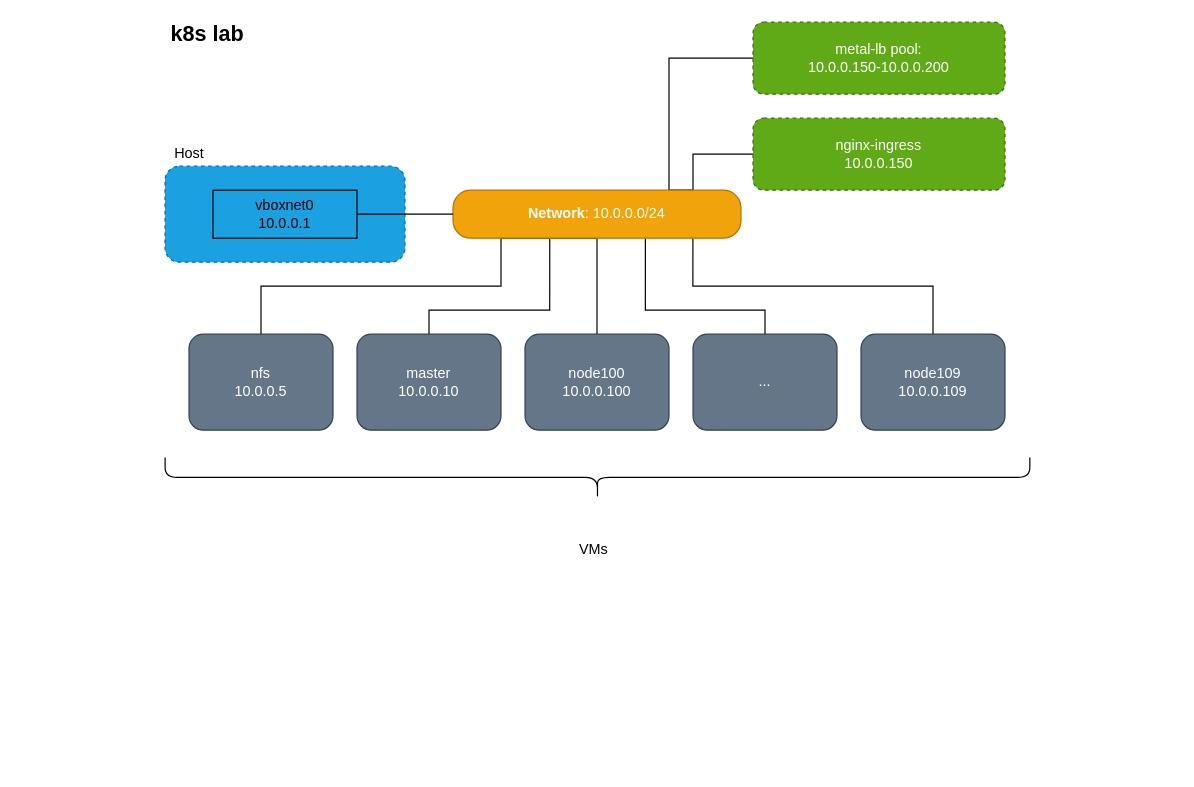
Earlier version of the draw.io diagram scheme/localk8s.drawio (fl64/localk8s). Source tidied: cells renumbered, new cells numbered last; positions are measured from the earlier drawing's top-left corner, leaving out a move shared by most shapes. Both pictures are drawn from the tidied source at 120%, with x=0, y=0 at pixel (158, 22).
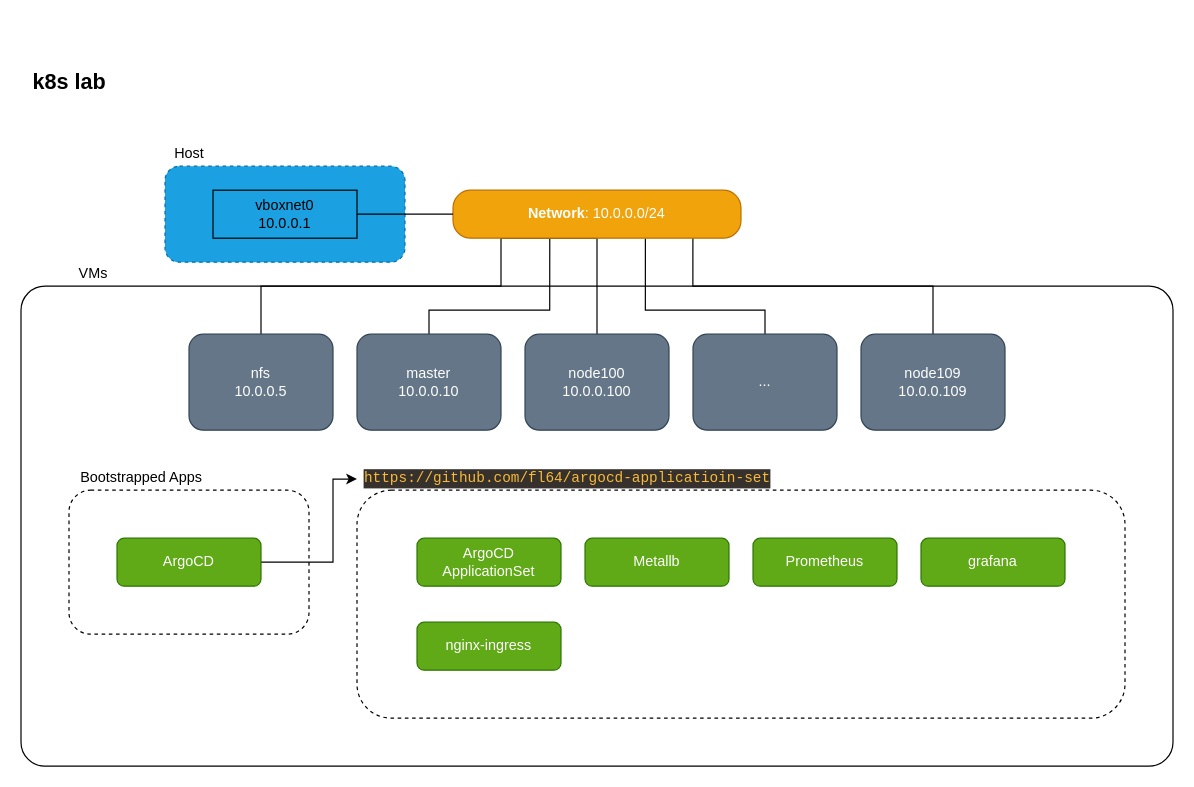
Above is the later version.

Unchanged cells that the change refers to:
```xml
<mxCell id="13" value="&lt;b&gt;Network&lt;/b&gt;: 10.0.0.0/24" style="rounded=1;whiteSpace=wrap;html=1;arcSize=37;fillColor=#f0a30a;strokeColor=#BD7000;fontColor=#ffffff;" parent="1" vertex="1">
  <mxGeometry x="245" y="140" width="240" height="40" as="geometry" />
</mxCell>
```

What changed in the source:
```diff
@@
+    <mxCell id="24" style="rounded=1;whiteSpace=wrap;html=1;arcSize=5;" parent="1" vertex="1">
+      <mxGeometry x="-115" y="220" width="960" height="400" as="geometry" />
+    </mxCell>
+    <mxCell id="25" style="rounded=1;whiteSpace=wrap;html=1;dashed=1;" parent="1" vertex="1">
+      <mxGeometry x="165" y="390" width="640" height="190" as="geometry" />
+    </mxCell>
+    <mxCell id="26" style="rounded=1;whiteSpace=wrap;html=1;dashed=1;" parent="1" vertex="1">
+      <mxGeometry x="-75" y="390" width="200" height="120" as="geometry" />
+    </mxCell>
@@
-    <mxCell id="11" style="edgeStyle=orthogonalEdgeStyle;rounded=0;jettySize=auto;html=1;exitX=0.75;exitY=0;exitDx=0;exitDy=0;entryX=0;entryY=0.5;entryDx=0;entryDy=0;endArrow=none;endFill=0;" parent="1" edge="1" source="13" target="21">
-      <mxGeometry relative="1" as="geometry" />
-    </mxCell>
-    <mxCell id="12" style="edgeStyle=orthogonalEdgeStyle;rounded=0;jettySize=auto;html=1;exitX=0.75;exitY=0;exitDx=0;exitDy=0;entryX=0;entryY=0.5;entryDx=0;entryDy=0;endArrow=none;endFill=0;" parent="1" edge="1" source="13" target="22">
-      <mxGeometry relative="1" as="geometry">
-        <Array as="points">
-          <mxPoint x="445" y="140" />
-          <mxPoint x="445" y="110" />
-        </Array>
-      </mxGeometry>
-    </mxCell>
@@
-    <mxCell id="18" style="shape=curlyBracket;whiteSpace=wrap;html=1;rounded=1;rotation=-90;size=0.5285714285714286;" parent="1" vertex="1">
-      <mxGeometry x="347.9" y="20" width="35" height="720.6" as="geometry" />
-    </mxCell>
+    <mxCell id="20" value="node109&lt;br&gt;10.0.0.109" style="rounded=1;whiteSpace=wrap;html=1;fillColor=#647687;strokeColor=#314354;fontColor=#ffffff;" parent="1" vertex="1">
+      <mxGeometry x="585" y="260" width="120" height="80" as="geometry" />
+    </mxCell>
+    <mxCell id="23" value="&lt;font style=&quot;font-size: 18px&quot;&gt;k8s lab&lt;/font&gt;" style="text;html=1;align=center;verticalAlign=middle;fontStyle=1;" parent="1" vertex="1">
+      <mxGeometry x="-115" y="40" width="80" height="20" as="geometry" />
+    </mxCell>
+    <mxCell id="27" style="edgeStyle=orthogonalEdgeStyle;rounded=0;jettySize=auto;html=1;exitX=1;exitY=0.5;exitDx=0;exitDy=0;entryX=0;entryY=0.534;entryDx=0;entryDy=0;entryPerimeter=0;" parent="1" edge="1" source="28" target="34">
+      <mxGeometry relative="1" as="geometry">
+        <Array as="points">
+          <mxPoint x="145" y="450" />
+          <mxPoint x="145" y="381" />
+        </Array>
+      </mxGeometry>
+    </mxCell>
+    <mxCell id="28" value="ArgoCD" style="rounded=1;whiteSpace=wrap;html=1;fillColor=#60a917;strokeColor=#2D7600;fontColor=#ffffff;" parent="1" vertex="1">
+      <mxGeometry x="-35" y="430" width="120" height="40" as="geometry" />
+    </mxCell>
+    <mxCell id="29" value="ArgoCD&lt;br&gt;ApplicationSet" style="rounded=1;whiteSpace=wrap;html=1;fillColor=#60a917;strokeColor=#2D7600;fontColor=#ffffff;" parent="1" vertex="1">
+      <mxGeometry x="215" y="430" width="120" height="40" as="geometry" />
+    </mxCell>
     <mxCell id="19" value="VMs" style="text;html=1;align=center;verticalAlign=middle;" parent="1" vertex="1">
-      <mxGeometry x="341.6" y="430" width="40" height="20" as="geometry" />
+      <mxGeometry x="-75" y="200" width="40" height="20" as="geometry" />
     </mxCell>
-    <mxCell id="20" value="node109&lt;br&gt;10.0.0.109" style="rounded=1;whiteSpace=wrap;html=1;fillColor=#647687;strokeColor=#314354;fontColor=#ffffff;" parent="1" vertex="1">
-      <mxGeometry x="585" y="260" width="120" height="80" as="geometry" />
-    </mxCell>
-    <mxCell id="21" value="&lt;span style=&quot;color: rgb(255 , 255 , 255)&quot;&gt;metal-lb pool:&lt;/span&gt;&lt;br style=&quot;color: rgb(255 , 255 , 255)&quot;&gt;&lt;span style=&quot;color: rgb(255 , 255 , 255)&quot;&gt;10.0.0.150-10.0.0.200&lt;/span&gt;" style="rounded=1;whiteSpace=wrap;html=1;dashed=1;fillColor=#60a917;strokeColor=#2D7600;fontColor=#ffffff;" parent="1" vertex="1">
-      <mxGeometry x="495" width="210" height="60" as="geometry" />
-    </mxCell>
-    <mxCell id="22" value="&lt;span style=&quot;color: rgb(255 , 255 , 255)&quot;&gt;nginx-ingress&lt;/span&gt;&lt;br style=&quot;color: rgb(255 , 255 , 255)&quot;&gt;&lt;span style=&quot;color: rgb(255 , 255 , 255)&quot;&gt;10.0.0.150&lt;/span&gt;" style="rounded=1;whiteSpace=wrap;html=1;dashed=1;fillColor=#60a917;strokeColor=#2D7600;fontColor=#ffffff;" parent="1" vertex="1">
-      <mxGeometry x="495" y="80" width="210" height="60" as="geometry" />
-    </mxCell>
-    <mxCell id="23" value="&lt;font style=&quot;font-size: 18px&quot;&gt;k8s lab&lt;/font&gt;" style="text;html=1;align=center;verticalAlign=middle;fontStyle=1;" parent="1" vertex="1">
-      <mxGeometry width="80" height="20" as="geometry" />
-    </mxCell>
+    <mxCell id="30" value="Bootstrapped Apps" style="text;html=1;align=center;verticalAlign=middle;" parent="1" vertex="1">
+      <mxGeometry x="-75" y="370" width="120" height="20" as="geometry" />
+    </mxCell>
+    <mxCell id="31" value="Metallb" style="rounded=1;whiteSpace=wrap;html=1;fillColor=#60a917;strokeColor=#2D7600;fontColor=#ffffff;" parent="1" vertex="1">
+      <mxGeometry x="355" y="430" width="120" height="40" as="geometry" />
+    </mxCell>
+    <mxCell id="32" value="Prometheus" style="rounded=1;whiteSpace=wrap;html=1;fillColor=#60a917;strokeColor=#2D7600;fontColor=#ffffff;" parent="1" vertex="1">
+      <mxGeometry x="495" y="430" width="120" height="40" as="geometry" />
+    </mxCell>
+    <mxCell id="33" value="grafana" style="rounded=1;whiteSpace=wrap;html=1;fillColor=#60a917;strokeColor=#2D7600;fontColor=#ffffff;" parent="1" vertex="1">
+      <mxGeometry x="635" y="430" width="120" height="40" as="geometry" />
+    </mxCell>
+    <mxCell id="34" value="&lt;div style=&quot;color: rgb(248 , 248 , 242) ; background-color: rgb(54 , 49 , 44) ; font-family: &amp;#34;jetbrains mono&amp;#34; , &amp;#34;droid sans mono&amp;#34; , monospace , monospace , &amp;#34;droid sans fallback&amp;#34; ; line-height: 16px&quot;&gt;&lt;span style=&quot;color: #f8bb39&quot;&gt;https://github.com/fl64/argocd-applicatioin-set&lt;/span&gt;&lt;/div&gt;" style="text;html=1;align=center;verticalAlign=middle;points=[];" parent="1" vertex="1">
+      <mxGeometry x="165" y="370" width="350" height="20" as="geometry" />
+    </mxCell>
+    <mxCell id="35" value="nginx-ingress" style="rounded=1;whiteSpace=wrap;html=1;fillColor=#60a917;strokeColor=#2D7600;fontColor=#ffffff;" parent="1" vertex="1">
+      <mxGeometry x="215" y="500" width="120" height="40" as="geometry" />
+    </mxCell>
```
